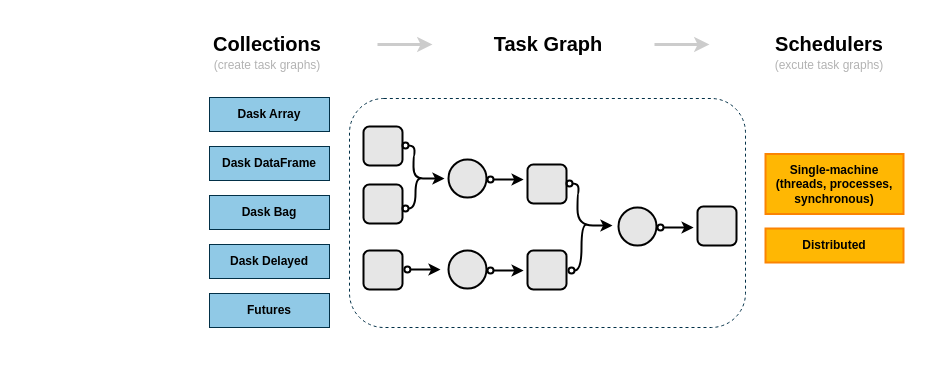
This is drawio/ch-dask/dask-overview.drawio from godaai/scale-py-zh, a draw.io file, before an edit. Source tidied: cells renumbered, new cells numbered last; positions are measured from the earlier drawing's top-left corner, leaving out a move shared by most shapes. Both pictures are drawn from the tidied source at 100%, with x=0, y=0 at pixel (190, 17).
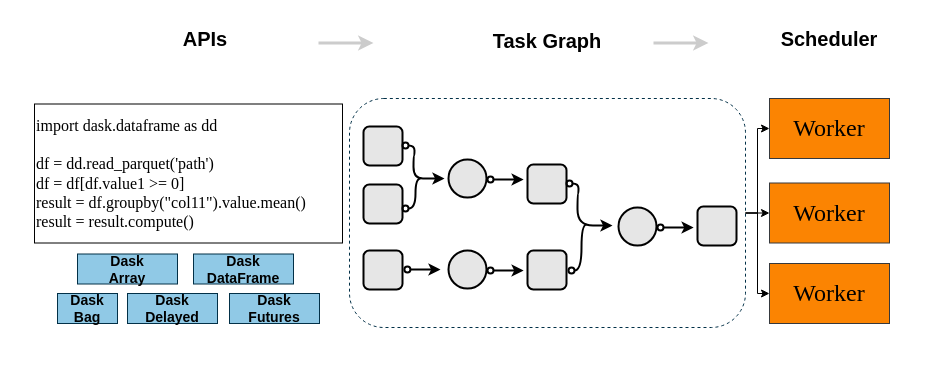
After the change.

Unchanged cells that the change refers to:
```xml
<mxCell id="15" style="rounded=1;whiteSpace=wrap;html=1;dashed=1;strokeColor=#023047;" parent="1" vertex="1">
  <mxGeometry x="159" y="81" width="396" height="229" as="geometry" />
</mxCell>
```

The edit, as a diff of the source:
```diff
@@
     <mxCell id="2" style="rounded=0;whiteSpace=wrap;html=1;strokeColor=none;fillColor=none;" parent="1" vertex="1">
-      <mxGeometry width="731" height="334" as="geometry" />
+      <mxGeometry x="-173" y="-0.5" width="900" height="334" as="geometry" />
     </mxCell>
-    <mxCell id="3" value="&lt;b&gt;Dask Array&lt;/b&gt;" style="rounded=0;whiteSpace=wrap;html=1;fillColor=#90C9E6;strokeColor=#023047;" parent="1" vertex="1">
-      <mxGeometry x="19" y="80" width="120" height="34" as="geometry" />
+    <mxCell id="3" value="&lt;b style=&quot;font-size: 14px;&quot;&gt;Dask &lt;br&gt;Array&lt;/b&gt;" style="rounded=0;whiteSpace=wrap;html=1;fillColor=#90C9E6;strokeColor=#023047;fontSize=14;" parent="1" vertex="1">
+      <mxGeometry x="-113" y="236.5" width="100" height="30" as="geometry" />
     </mxCell>
-    <mxCell id="4" value="&lt;b&gt;Dask DataFrame&lt;br&gt;&lt;/b&gt;" style="rounded=0;whiteSpace=wrap;html=1;fillColor=#90C9E6;strokeColor=#023047;" parent="1" vertex="1">
-      <mxGeometry x="19" y="129" width="120" height="34" as="geometry" />
+    <mxCell id="4" value="&lt;b style=&quot;font-size: 14px;&quot;&gt;Dask DataFrame&lt;br style=&quot;font-size: 14px;&quot;&gt;&lt;/b&gt;" style="rounded=0;whiteSpace=wrap;html=1;fillColor=#90C9E6;strokeColor=#023047;fontSize=14;" parent="1" vertex="1">
+      <mxGeometry x="3" y="236.5" width="100" height="30" as="geometry" />
     </mxCell>
-    <mxCell id="5" value="&lt;b&gt;Dask Bag&lt;br&gt;&lt;/b&gt;" style="rounded=0;whiteSpace=wrap;html=1;fillColor=#90C9E6;strokeColor=#023047;" parent="1" vertex="1">
-      <mxGeometry x="19" y="178" width="120" height="34" as="geometry" />
-    </mxCell>
-    <mxCell id="6" value="&lt;b&gt;Dask Delayed&lt;br&gt;&lt;/b&gt;" style="rounded=0;whiteSpace=wrap;html=1;fillColor=#90C9E6;strokeColor=#023047;" parent="1" vertex="1">
-      <mxGeometry x="19" y="227" width="120" height="34" as="geometry" />
-    </mxCell>
-    <mxCell id="7" value="&lt;b&gt;Futures&lt;br&gt;&lt;/b&gt;" style="rounded=0;whiteSpace=wrap;html=1;fillColor=#90C9E6;strokeColor=#023047;" parent="1" vertex="1">
-      <mxGeometry x="19" y="276" width="120" height="34" as="geometry" />
-    </mxCell>
-    <mxCell id="8" value="&lt;font style=&quot;font-size: 20px;&quot;&gt;&lt;b style=&quot;&quot;&gt;Collections&lt;/b&gt;&lt;/font&gt;" style="text;html=1;strokeColor=none;fillColor=none;align=center;verticalAlign=middle;whiteSpace=wrap;rounded=0;" parent="1" vertex="1">
-      <mxGeometry x="32" y="11" width="90" height="30" as="geometry" />
+    <mxCell id="8" value="&lt;span style=&quot;font-size: 20px;&quot;&gt;&lt;b&gt;APIs&lt;/b&gt;&lt;/span&gt;" style="text;html=1;strokeColor=none;fillColor=none;align=center;verticalAlign=middle;whiteSpace=wrap;rounded=0;" parent="1" vertex="1">
+      <mxGeometry x="-30" y="6" width="90" height="30" as="geometry" />
     </mxCell>
-    <mxCell id="9" value="&lt;font color=&quot;#b3b3b3&quot;&gt;(create task graphs)&lt;/font&gt;" style="text;html=1;strokeColor=none;fillColor=none;align=center;verticalAlign=middle;whiteSpace=wrap;rounded=0;" parent="1" vertex="1">
-      <mxGeometry x="14" y="33" width="126" height="30" as="geometry" />
-    </mxCell>
     <mxCell id="10" style="endArrow=classic;html=1;rounded=0;strokeWidth=3;strokeColor=#CCCCCC;" parent="1" edge="1">
       <mxGeometry relative="1" as="geometry">
-        <mxPoint x="187" y="27" as="sourcePoint" />
-        <mxPoint x="242" y="27" as="targetPoint" />
+        <mxPoint x="128" y="25.5" as="sourcePoint" />
+        <mxPoint x="183" y="25.5" as="targetPoint" />
       </mxGeometry>
     </mxCell>
     <mxCell id="11" value="&lt;font style=&quot;font-size: 20px;&quot;&gt;&lt;b style=&quot;&quot;&gt;Task Graph&lt;/b&gt;&lt;/font&gt;" style="text;html=1;strokeColor=none;fillColor=none;align=center;verticalAlign=middle;whiteSpace=wrap;rounded=0;" parent="1" vertex="1">
-      <mxGeometry x="299" y="11" width="118" height="30" as="geometry" />
+      <mxGeometry x="298" y="8" width="118" height="30" as="geometry" />
     </mxCell>
     <mxCell id="12" style="endArrow=classic;html=1;rounded=0;strokeWidth=3;strokeColor=#CCCCCC;" parent="1" edge="1">
       <mxGeometry relative="1" as="geometry">
-        <mxPoint x="464" y="27" as="sourcePoint" />
-        <mxPoint x="519" y="27" as="targetPoint" />
+        <mxPoint x="463" y="25.5" as="sourcePoint" />
+        <mxPoint x="518" y="25.5" as="targetPoint" />
       </mxGeometry>
     </mxCell>
-    <mxCell id="13" value="&lt;font style=&quot;font-size: 20px;&quot;&gt;&lt;b style=&quot;&quot;&gt;Schedulers&lt;/b&gt;&lt;/font&gt;" style="text;html=1;strokeColor=none;fillColor=none;align=center;verticalAlign=middle;whiteSpace=wrap;rounded=0;" parent="1" vertex="1">
-      <mxGeometry x="594" y="11" width="90" height="30" as="geometry" />
+    <mxCell id="13" value="&lt;font style=&quot;font-size: 20px;&quot;&gt;&lt;b style=&quot;&quot;&gt;Scheduler&lt;/b&gt;&lt;/font&gt;" style="text;html=1;strokeColor=none;fillColor=none;align=center;verticalAlign=middle;whiteSpace=wrap;rounded=0;" parent="1" vertex="1">
+      <mxGeometry x="594" y="6" width="90" height="30" as="geometry" />
     </mxCell>
-    <mxCell id="14" value="&lt;font color=&quot;#b3b3b3&quot;&gt;(excute task graphs)&lt;/font&gt;" style="text;html=1;strokeColor=none;fillColor=none;align=center;verticalAlign=middle;whiteSpace=wrap;rounded=0;" parent="1" vertex="1">
-      <mxGeometry x="576" y="33" width="126" height="30" as="geometry" />
-    </mxCell>
@@
-    <mxCell id="33" value="&lt;b&gt;Single-machine (threads, processes, synchronous)&lt;/b&gt;" style="rounded=0;whiteSpace=wrap;html=1;fillColor=#FFB703;strokeColor=#FB8402;strokeWidth=2;" parent="1" vertex="1">
-      <mxGeometry x="575" y="136.5" width="138" height="60" as="geometry" />
-    </mxCell>
-    <mxCell id="34" value="&lt;b&gt;Distributed&lt;/b&gt;" style="rounded=0;whiteSpace=wrap;html=1;fillColor=#FFB703;strokeColor=#FB8402;strokeWidth=2;" parent="1" vertex="1">
-      <mxGeometry x="575" y="211" width="138" height="34" as="geometry" />
-    </mxCell>
+    <mxCell id="35" value="&lt;font style=&quot;font-size: 16px;&quot;&gt;&lt;font style=&quot;font-size: 16px;&quot; face=&quot;Garamond&quot;&gt;import dask.dataframe as dd&lt;br&gt;&lt;br&gt;df = dd.read_parquet('path')&lt;br&gt;&lt;/font&gt;&lt;div style=&quot;&quot;&gt;&lt;font style=&quot;font-size: 16px;&quot; face=&quot;Garamond&quot;&gt;df = df[df.value1 &amp;gt;= 0]&lt;/font&gt;&lt;/div&gt;&lt;div style=&quot;&quot;&gt;&lt;font style=&quot;font-size: 16px;&quot; face=&quot;Garamond&quot;&gt;result = df.groupby(&quot;col11&quot;)&lt;/font&gt;&lt;span style=&quot;font-family: Garamond; background-color: initial;&quot;&gt;.value&lt;/span&gt;&lt;span style=&quot;font-family: Garamond; background-color: initial;&quot;&gt;.mean()&lt;/span&gt;&lt;/div&gt;&lt;font style=&quot;font-size: 16px;&quot; face=&quot;Garamond&quot;&gt;result = result.compute()&lt;/font&gt;&lt;br&gt;&lt;/font&gt;" style="rounded=0;whiteSpace=wrap;html=1;align=left;fillColor=none;" parent="1" vertex="1">
+      <mxGeometry x="-156" y="86.5" width="308" height="139" as="geometry" />
+    </mxCell>
+    <mxCell id="5" value="&lt;b style=&quot;font-size: 14px;&quot;&gt;Dask Bag&lt;/b&gt;" style="rounded=0;whiteSpace=wrap;html=1;fillColor=#90C9E6;strokeColor=#023047;fontSize=14;" parent="1" vertex="1">
+      <mxGeometry x="-133" y="276" width="60" height="30" as="geometry" />
+    </mxCell>
+    <mxCell id="6" value="&lt;b style=&quot;font-size: 14px;&quot;&gt;Dask Delayed&lt;/b&gt;" style="rounded=0;whiteSpace=wrap;html=1;fillColor=#90C9E6;strokeColor=#023047;fontSize=14;" parent="1" vertex="1">
+      <mxGeometry x="-63" y="276" width="90" height="30" as="geometry" />
+    </mxCell>
+    <mxCell id="36" value="&lt;b style=&quot;font-size: 14px;&quot;&gt;Dask Futures&lt;/b&gt;" style="rounded=0;whiteSpace=wrap;html=1;fillColor=#90C9E6;strokeColor=#023047;fontSize=14;" parent="1" vertex="1">
+      <mxGeometry x="39" y="276" width="90" height="30" as="geometry" />
+    </mxCell>
+    <mxCell id="37" value="Worker" style="rounded=0;whiteSpace=wrap;html=1;fontSize=24;fillColor=#FB8402;strokeColor=#36393d;fontFamily=Times New Roman;" parent="1" vertex="1">
+      <mxGeometry x="579" y="81" width="120" height="60" as="geometry" />
+    </mxCell>
+    <mxCell id="38" value="Worker" style="rounded=0;whiteSpace=wrap;html=1;fontSize=24;fillColor=#FB8402;strokeColor=#36393d;fontFamily=Times New Roman;" parent="1" vertex="1">
+      <mxGeometry x="579" y="165.5" width="120" height="60" as="geometry" />
+    </mxCell>
+    <mxCell id="39" value="Worker" style="rounded=0;whiteSpace=wrap;html=1;fontSize=24;fillColor=#FB8402;strokeColor=#36393d;fontFamily=Times New Roman;" parent="1" vertex="1">
+      <mxGeometry x="579" y="246" width="120" height="60" as="geometry" />
+    </mxCell>
+    <mxCell id="40" style="endArrow=classic;html=1;rounded=0;exitX=1;exitY=0.5;exitDx=0;exitDy=0;entryX=0;entryY=0.5;entryDx=0;entryDy=0;edgeStyle=orthogonalEdgeStyle;" parent="1" edge="1" source="15" target="37">
+      <mxGeometry relative="1" as="geometry" />
+    </mxCell>
+    <mxCell id="41" style="endArrow=classic;html=1;rounded=0;exitX=1;exitY=0.5;exitDx=0;exitDy=0;entryX=0;entryY=0.5;entryDx=0;entryDy=0;" parent="1" edge="1" source="15" target="38">
+      <mxGeometry relative="1" as="geometry" />
+    </mxCell>
+    <mxCell id="42" style="endArrow=classic;html=1;rounded=0;exitX=1;exitY=0.5;exitDx=0;exitDy=0;entryX=0;entryY=0.5;entryDx=0;entryDy=0;edgeStyle=orthogonalEdgeStyle;" parent="1" edge="1" source="15" target="39">
+      <mxGeometry relative="1" as="geometry" />
+    </mxCell>
```
